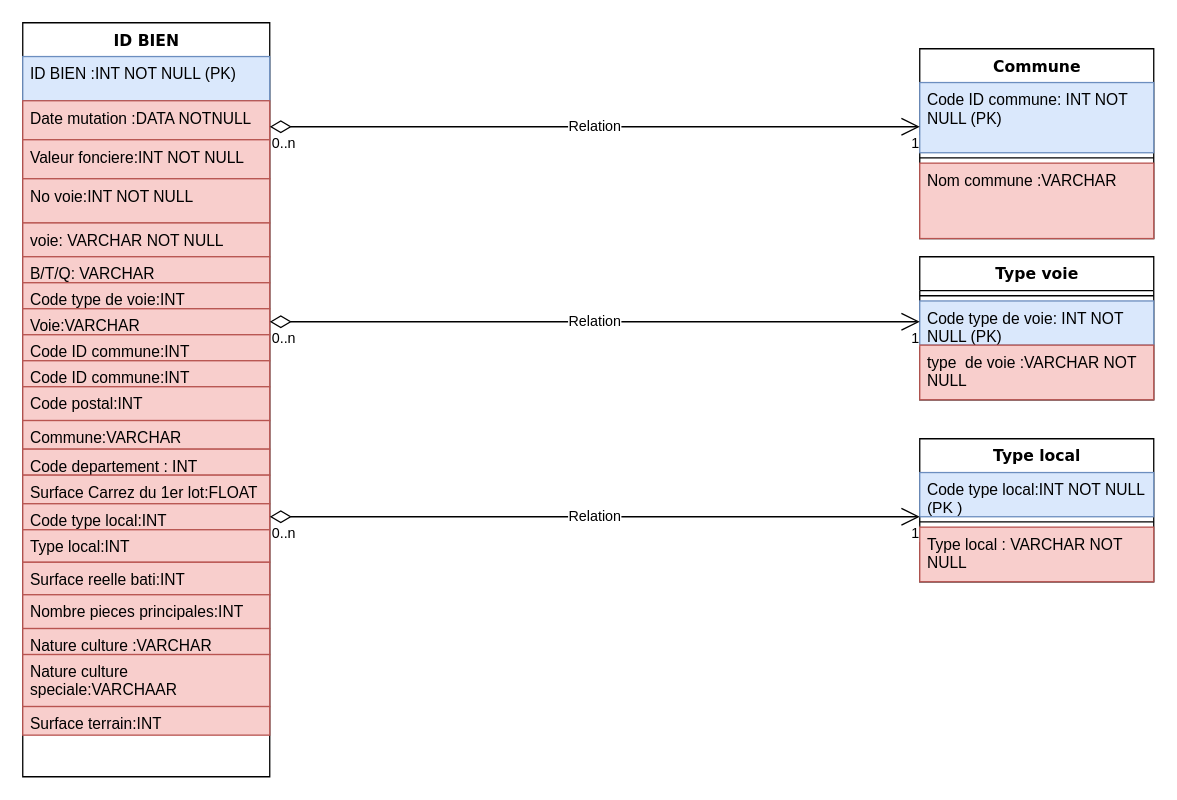
louzhixin/bootstrap keeps this draw.io diagram as .github/ISSUE_TEMPLATE/Untitled Diagram.drawio. Above is the earlier version. Source tidied: cells renumbered, new cells numbered last; positions are measured from the earlier drawing's top-left corner, leaving out a move shared by most shapes. Both pictures are drawn from the tidied source at 130%, with x=0, y=0 at pixel (22, 22).
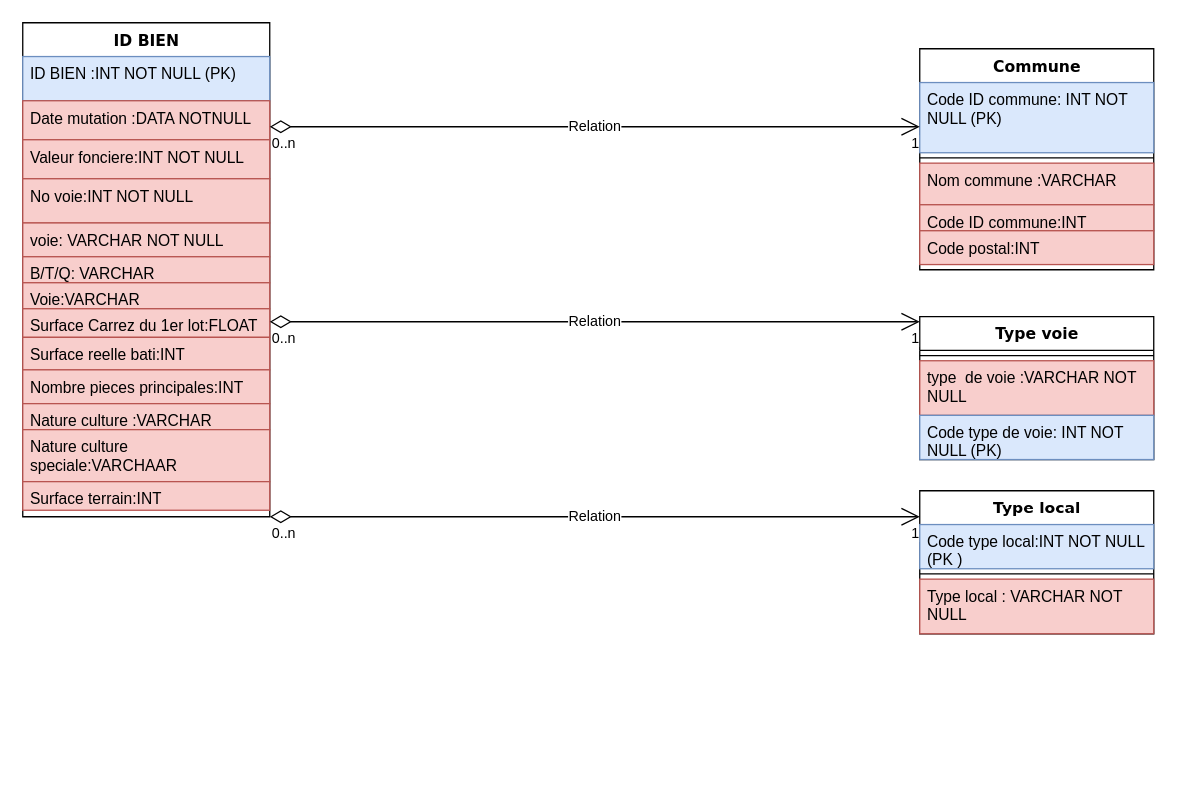
Above is the later version.

The edit, as a diff of the source:
```diff
@@
     <mxCell id="2" value="ID BIEN" style="swimlane;html=1;fontStyle=1;align=center;verticalAlign=top;horizontal=1;startSize=26;swimlaneFillColor=#ffffff;rounded=0;shadow=0;comic=0;labelBackgroundColor=none;strokeWidth=1;fillColor=none;fontFamily=Verdana;fontSize=12;" parent="1" vertex="1">
-      <mxGeometry width="190" height="580" as="geometry" />
+      <mxGeometry width="190" height="380" as="geometry" />
     </mxCell>
@@
-    <mxCell id="9" value="Code type de voie:INT" style="text;html=1;strokeColor=#b85450;fillColor=#f8cecc;align=left;verticalAlign=top;spacingLeft=4;spacingRight=4;whiteSpace=wrap;overflow=hidden;" parent="2" vertex="1">
-      <mxGeometry y="200" width="190" height="20" as="geometry" />
-    </mxCell>
     <mxCell id="10" value="Voie:VARCHAR" style="text;html=1;strokeColor=#b85450;fillColor=#f8cecc;align=left;verticalAlign=top;spacingLeft=4;spacingRight=4;whiteSpace=wrap;overflow=hidden;" parent="2" vertex="1">
-      <mxGeometry y="220" width="190" height="20" as="geometry" />
+      <mxGeometry y="200" width="190" height="20" as="geometry" />
     </mxCell>
-    <mxCell id="11" value="Code ID commune:INT" style="text;html=1;strokeColor=#b85450;fillColor=#f8cecc;align=left;verticalAlign=top;spacingLeft=4;spacingRight=4;whiteSpace=wrap;overflow=hidden;" parent="2" vertex="1">
-      <mxGeometry y="240" width="190" height="20" as="geometry" />
-    </mxCell>
-    <mxCell id="12" value="Code ID commune:INT" style="text;html=1;strokeColor=#b85450;fillColor=#f8cecc;align=left;verticalAlign=top;spacingLeft=4;spacingRight=4;whiteSpace=wrap;overflow=hidden;" parent="2" vertex="1">
-      <mxGeometry y="260" width="190" height="20" as="geometry" />
-    </mxCell>
-    <mxCell id="13" value="Code postal:INT" style="text;html=1;strokeColor=#b85450;fillColor=#f8cecc;align=left;verticalAlign=top;spacingLeft=4;spacingRight=4;whiteSpace=wrap;overflow=hidden;" parent="2" vertex="1">
-      <mxGeometry y="280" width="190" height="26" as="geometry" />
-    </mxCell>
-    <mxCell id="14" value="Commune:VARCHAR" style="text;html=1;strokeColor=#b85450;fillColor=#f8cecc;align=left;verticalAlign=top;spacingLeft=4;spacingRight=4;whiteSpace=wrap;overflow=hidden;" parent="2" vertex="1">
-      <mxGeometry y="306" width="190" height="22" as="geometry" />
-    </mxCell>
-    <mxCell id="15" value="Code departement : INT&amp;nbsp;" style="text;html=1;strokeColor=#b85450;fillColor=#f8cecc;align=left;verticalAlign=top;spacingLeft=4;spacingRight=4;whiteSpace=wrap;overflow=hidden;" parent="2" vertex="1">
-      <mxGeometry y="328" width="190" height="20" as="geometry" />
-    </mxCell>
     <mxCell id="16" value="Surface Carrez du 1er lot:FLOAT" style="text;html=1;strokeColor=#b85450;fillColor=#f8cecc;align=left;verticalAlign=top;spacingLeft=4;spacingRight=4;whiteSpace=wrap;overflow=hidden;" parent="2" vertex="1">
-      <mxGeometry y="348" width="190" height="22" as="geometry" />
+      <mxGeometry y="220" width="190" height="22" as="geometry" />
     </mxCell>
-    <mxCell id="17" value="Code type local:INT" style="text;html=1;strokeColor=#b85450;fillColor=#f8cecc;align=left;verticalAlign=top;spacingLeft=4;spacingRight=4;whiteSpace=wrap;overflow=hidden;" parent="2" vertex="1">
-      <mxGeometry y="370" width="190" height="20" as="geometry" />
-    </mxCell>
-    <mxCell id="18" value="Type local:INT" style="text;html=1;strokeColor=#b85450;fillColor=#f8cecc;align=left;verticalAlign=top;spacingLeft=4;spacingRight=4;whiteSpace=wrap;overflow=hidden;" parent="2" vertex="1">
-      <mxGeometry y="390" width="190" height="25" as="geometry" />
-    </mxCell>
     <mxCell id="19" value="Surface reelle bati:INT" style="text;html=1;strokeColor=#b85450;fillColor=#f8cecc;align=left;verticalAlign=top;spacingLeft=4;spacingRight=4;whiteSpace=wrap;overflow=hidden;" parent="2" vertex="1">
-      <mxGeometry y="415" width="190" height="25" as="geometry" />
+      <mxGeometry y="242" width="190" height="25" as="geometry" />
     </mxCell>
     <mxCell id="20" value="Nombre pieces principales:INT" style="text;html=1;strokeColor=#b85450;fillColor=#f8cecc;align=left;verticalAlign=top;spacingLeft=4;spacingRight=4;whiteSpace=wrap;overflow=hidden;" parent="2" vertex="1">
-      <mxGeometry y="440" width="190" height="26" as="geometry" />
+      <mxGeometry y="267" width="190" height="26" as="geometry" />
     </mxCell>
     <mxCell id="21" value="Nature culture :VARCHAR" style="text;html=1;strokeColor=#b85450;fillColor=#f8cecc;align=left;verticalAlign=top;spacingLeft=4;spacingRight=4;whiteSpace=wrap;overflow=hidden;" parent="2" vertex="1">
-      <mxGeometry y="466" width="190" height="20" as="geometry" />
+      <mxGeometry y="293" width="190" height="20" as="geometry" />
     </mxCell>
     <mxCell id="22" value="Nature culture speciale:VARCHAAR" style="text;html=1;strokeColor=#b85450;fillColor=#f8cecc;align=left;verticalAlign=top;spacingLeft=4;spacingRight=4;whiteSpace=wrap;overflow=hidden;" parent="2" vertex="1">
-      <mxGeometry y="486" width="190" height="40" as="geometry" />
+      <mxGeometry y="313" width="190" height="40" as="geometry" />
     </mxCell>
     <mxCell id="23" value="Surface terrain:INT" style="text;html=1;strokeColor=#b85450;fillColor=#f8cecc;align=left;verticalAlign=top;spacingLeft=4;spacingRight=4;whiteSpace=wrap;overflow=hidden;" parent="2" vertex="1">
-      <mxGeometry y="526" width="190" height="22" as="geometry" />
+      <mxGeometry y="353" width="190" height="22" as="geometry" />
     </mxCell>
     <mxCell id="24" value="Commune" style="swimlane;html=1;fontStyle=1;align=center;verticalAlign=top;horizontal=1;startSize=26;swimlaneFillColor=#ffffff;rounded=0;shadow=0;comic=0;labelBackgroundColor=none;strokeWidth=1;fillColor=none;fontFamily=Verdana;fontSize=12;" parent="1" vertex="1">
-      <mxGeometry x="690" y="20" width="180" height="146" as="geometry" />
+      <mxGeometry x="690" y="20" width="180" height="170" as="geometry" />
     </mxCell>
@@
     <mxCell id="27" value="Nom commune :VARCHAR" style="text;html=1;strokeColor=#b85450;fillColor=#f8cecc;align=left;verticalAlign=top;spacingLeft=4;spacingRight=4;whiteSpace=wrap;overflow=hidden;" parent="24" vertex="1">
-      <mxGeometry y="88" width="180" height="58" as="geometry" />
+      <mxGeometry y="88" width="180" height="32" as="geometry" />
     </mxCell>
+    <mxCell id="12" value="Code ID commune:INT" style="text;html=1;strokeColor=#b85450;fillColor=#f8cecc;align=left;verticalAlign=top;spacingLeft=4;spacingRight=4;whiteSpace=wrap;overflow=hidden;" parent="24" vertex="1">
+      <mxGeometry y="120" width="180" height="20" as="geometry" />
+    </mxCell>
+    <mxCell id="13" value="Code postal:INT" style="text;html=1;strokeColor=#b85450;fillColor=#f8cecc;align=left;verticalAlign=top;spacingLeft=4;spacingRight=4;whiteSpace=wrap;overflow=hidden;" parent="24" vertex="1">
+      <mxGeometry y="140" width="180" height="26" as="geometry" />
+    </mxCell>
     <mxCell id="28" value="Type local" style="swimlane;html=1;fontStyle=1;align=center;verticalAlign=top;horizontal=1;startSize=26;swimlaneFillColor=#ffffff;rounded=0;shadow=0;comic=0;labelBackgroundColor=none;strokeWidth=1;fillColor=none;fontFamily=Verdana;fontSize=12;" parent="1" vertex="1">
-      <mxGeometry x="690" y="320" width="180" height="110" as="geometry" />
+      <mxGeometry x="690" y="360" width="180" height="110" as="geometry" />
     </mxCell>
@@
     <mxCell id="32" value="Type voie" style="swimlane;html=1;fontStyle=1;align=center;verticalAlign=top;horizontal=1;startSize=26;swimlaneFillColor=#ffffff;rounded=0;shadow=0;comic=0;labelBackgroundColor=none;strokeWidth=1;fillColor=none;fontFamily=Verdana;fontSize=12;" parent="1" vertex="1">
-      <mxGeometry x="690" y="180" width="180" height="110" as="geometry" />
+      <mxGeometry x="690" y="226" width="180" height="110" as="geometry" />
     </mxCell>
@@
+    <mxCell id="35" value="type&amp;nbsp; de voie :VARCHAR NOT NULL" style="text;html=1;strokeColor=#b85450;fillColor=#f8cecc;align=left;verticalAlign=top;spacingLeft=4;spacingRight=4;whiteSpace=wrap;overflow=hidden;" parent="32" vertex="1">
+      <mxGeometry y="34" width="180" height="42" as="geometry" />
+    </mxCell>
     <mxCell id="34" value="Code type de voie: INT NOT NULL (PK)" style="text;html=1;strokeColor=#6c8ebf;fillColor=#dae8fc;align=left;verticalAlign=top;spacingLeft=4;spacingRight=4;whiteSpace=wrap;overflow=hidden;" parent="32" vertex="1">
-      <mxGeometry y="34" width="180" height="34" as="geometry" />
+      <mxGeometry y="76" width="180" height="34" as="geometry" />
     </mxCell>
-    <mxCell id="35" value="type&amp;nbsp; de voie :VARCHAR NOT NULL" style="text;html=1;strokeColor=#b85450;fillColor=#f8cecc;align=left;verticalAlign=top;spacingLeft=4;spacingRight=4;whiteSpace=wrap;overflow=hidden;" parent="32" vertex="1">
-      <mxGeometry y="68" width="180" height="42" as="geometry" />
-    </mxCell>
```
